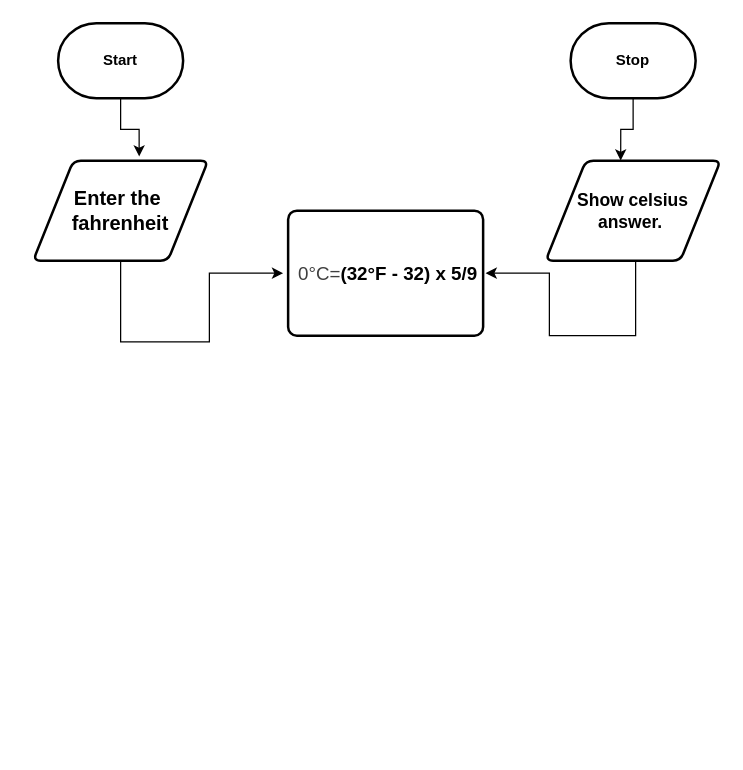
MTHS-ICD2O-1-2024/ICD2O-Unit-3-04-Kyle-Mathew-Magnaye8 keeps this draw.io diagram as design/flowchart.drawio. Above is the earlier version. Source tidied: cells renumbered, new cells numbered last; positions are measured from the earlier drawing's top-left corner, leaving out a move shared by most shapes. Both pictures are drawn from the tidied source at 125%, with x=0, y=0 at pixel (32, 22).
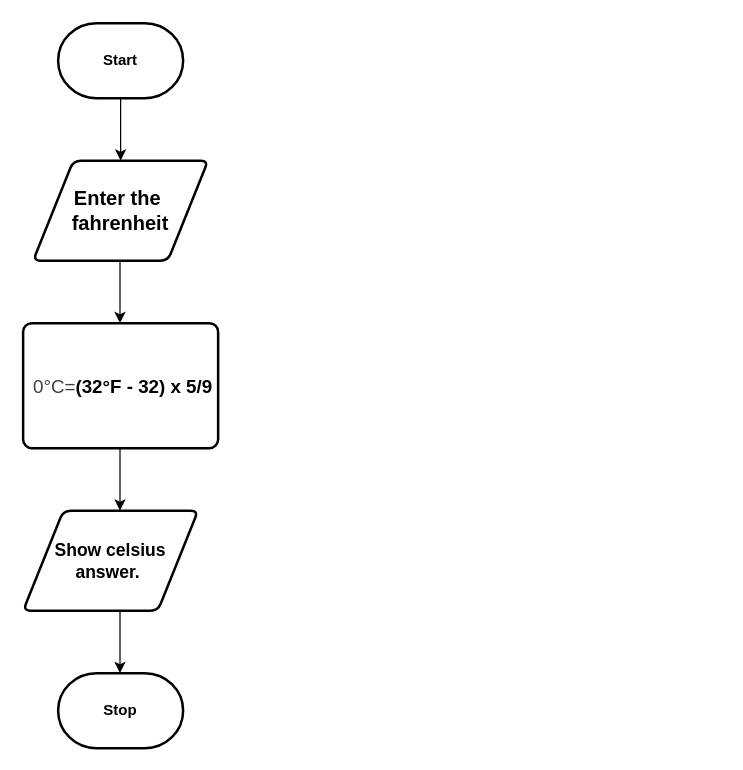
Above is the later version.

The edit, as a diff of the source:
```diff
@@
 <mxGraphModel>
   <root>
     <mxCell id="0" />
     <mxCell id="1" parent="0" />
-    <mxCell id="2" style="edgeStyle=orthogonalEdgeStyle;html=1;entryX=0.606;entryY=-0.042;entryDx=0;entryDy=0;rounded=0;entryPerimeter=0;" parent="1" edge="1" source="3" target="5">
-      <mxGeometry relative="1" as="geometry" />
-    </mxCell>
+    <mxCell id="10" style="edgeStyle=none;html=1;exitX=0.5;exitY=1;exitDx=0;exitDy=0;exitPerimeter=0;entryX=0.5;entryY=0;entryDx=0;entryDy=0;" parent="1" edge="1" source="3" target="5">
+      <mxGeometry relative="1" as="geometry" />
+    </mxCell>
     <mxCell id="3" value="&lt;h4&gt;Start&lt;/h4&gt;" style="strokeWidth=2;html=1;shape=mxgraph.flowchart.terminator;whiteSpace=wrap;" parent="1" vertex="1">
       <mxGeometry x="20" width="100" height="60" as="geometry" />
     </mxCell>
-    <mxCell id="4" style="edgeStyle=orthogonalEdgeStyle;html=1;rounded=0;" parent="1" edge="1" source="5">
-      <mxGeometry relative="1" as="geometry">
-        <mxPoint x="200" y="200" as="targetPoint" />
-        <Array as="points">
-          <mxPoint x="70" y="255" />
-          <mxPoint x="141" y="255" />
-        </Array>
-      </mxGeometry>
-    </mxCell>
     <mxCell id="5" value="&lt;h4&gt;&lt;font style=&quot;font-size: 16px;&quot;&gt;Enter the&amp;nbsp; &amp;nbsp;fahrenheit&amp;nbsp;&lt;/font&gt;&lt;/h4&gt;" style="shape=parallelogram;html=1;strokeWidth=2;perimeter=parallelogramPerimeter;whiteSpace=wrap;rounded=1;arcSize=12;size=0.23;" parent="1" vertex="1">
       <mxGeometry y="110" width="140" height="80" as="geometry" />
     </mxCell>
     <mxCell id="6" value="&lt;h4 style=&quot;text-wrap-mode: nowrap;&quot;&gt;&lt;font style=&quot;font-size: 15px;&quot;&gt;&lt;span style=&quot;color: rgb(63, 63, 63); background-color: transparent; font-weight: normal;&quot;&gt;&amp;nbsp;0°C=&lt;/span&gt;(32°F -&amp;nbsp;32) x&amp;nbsp;5/9&lt;/font&gt;&lt;/h4&gt;" style="rounded=1;whiteSpace=wrap;html=1;absoluteArcSize=1;arcSize=14;strokeWidth=2;" parent="1" vertex="1">
-      <mxGeometry x="204" y="150" width="156" height="100" as="geometry" />
+      <mxGeometry x="-8" y="240" width="156" height="100" as="geometry" />
     </mxCell>
-    <mxCell id="7" style="edgeStyle=orthogonalEdgeStyle;html=1;rounded=0;entryX=1;entryY=0.5;entryDx=0;entryDy=0;" parent="1" edge="1">
-      <mxGeometry relative="1" as="geometry">
-        <mxPoint x="482" y="190" as="sourcePoint" />
-        <mxPoint x="362" y="200" as="targetPoint" />
-        <Array as="points">
-          <mxPoint x="482" y="250" />
-          <mxPoint x="413" y="250" />
-          <mxPoint x="413" y="200" />
-        </Array>
-      </mxGeometry>
-    </mxCell>
     <mxCell id="8" value="&lt;h4&gt;&lt;font style=&quot;font-size: 14px;&quot;&gt;Show celsius answer.&amp;nbsp;&lt;/font&gt;&lt;/h4&gt;" style="shape=parallelogram;html=1;strokeWidth=2;perimeter=parallelogramPerimeter;whiteSpace=wrap;rounded=1;arcSize=12;size=0.23;" parent="1" vertex="1">
-      <mxGeometry x="410" y="110" width="140" height="80" as="geometry" />
+      <mxGeometry x="-8" y="390" width="140" height="80" as="geometry" />
     </mxCell>
     <mxCell id="9" value="&lt;h4&gt;Stop&lt;/h4&gt;" style="strokeWidth=2;html=1;shape=mxgraph.flowchart.terminator;whiteSpace=wrap;" parent="1" vertex="1">
-      <mxGeometry x="430" width="100" height="60" as="geometry" />
+      <mxGeometry x="20" y="520" width="100" height="60" as="geometry" />
     </mxCell>
-    <mxCell id="10" style="edgeStyle=orthogonalEdgeStyle;html=1;entryX=0.429;entryY=0;entryDx=0;entryDy=0;entryPerimeter=0;rounded=0;" parent="1" edge="1" source="9" target="8">
-      <mxGeometry relative="1" as="geometry" />
-    </mxCell>
+    <mxCell id="11" style="edgeStyle=none;html=1;exitX=0.5;exitY=1;exitDx=0;exitDy=0;exitPerimeter=0;entryX=0.5;entryY=0;entryDx=0;entryDy=0;" parent="1" edge="1">
+      <mxGeometry relative="1" as="geometry">
+        <mxPoint x="69.5" y="190" as="sourcePoint" />
+        <mxPoint x="69.5" y="240" as="targetPoint" />
+      </mxGeometry>
+    </mxCell>
+    <mxCell id="12" style="edgeStyle=none;html=1;exitX=0.5;exitY=1;exitDx=0;exitDy=0;exitPerimeter=0;entryX=0.5;entryY=0;entryDx=0;entryDy=0;" parent="1" edge="1">
+      <mxGeometry relative="1" as="geometry">
+        <mxPoint x="69.5" y="340" as="sourcePoint" />
+        <mxPoint x="69.5" y="390" as="targetPoint" />
+      </mxGeometry>
+    </mxCell>
+    <mxCell id="13" style="edgeStyle=none;html=1;exitX=0.5;exitY=1;exitDx=0;exitDy=0;exitPerimeter=0;entryX=0.5;entryY=0;entryDx=0;entryDy=0;" parent="1" edge="1">
+      <mxGeometry relative="1" as="geometry">
+        <mxPoint x="69.5" y="470" as="sourcePoint" />
+        <mxPoint x="69.5" y="520" as="targetPoint" />
+      </mxGeometry>
+    </mxCell>
   </root>
 </mxGraphModel>
```
